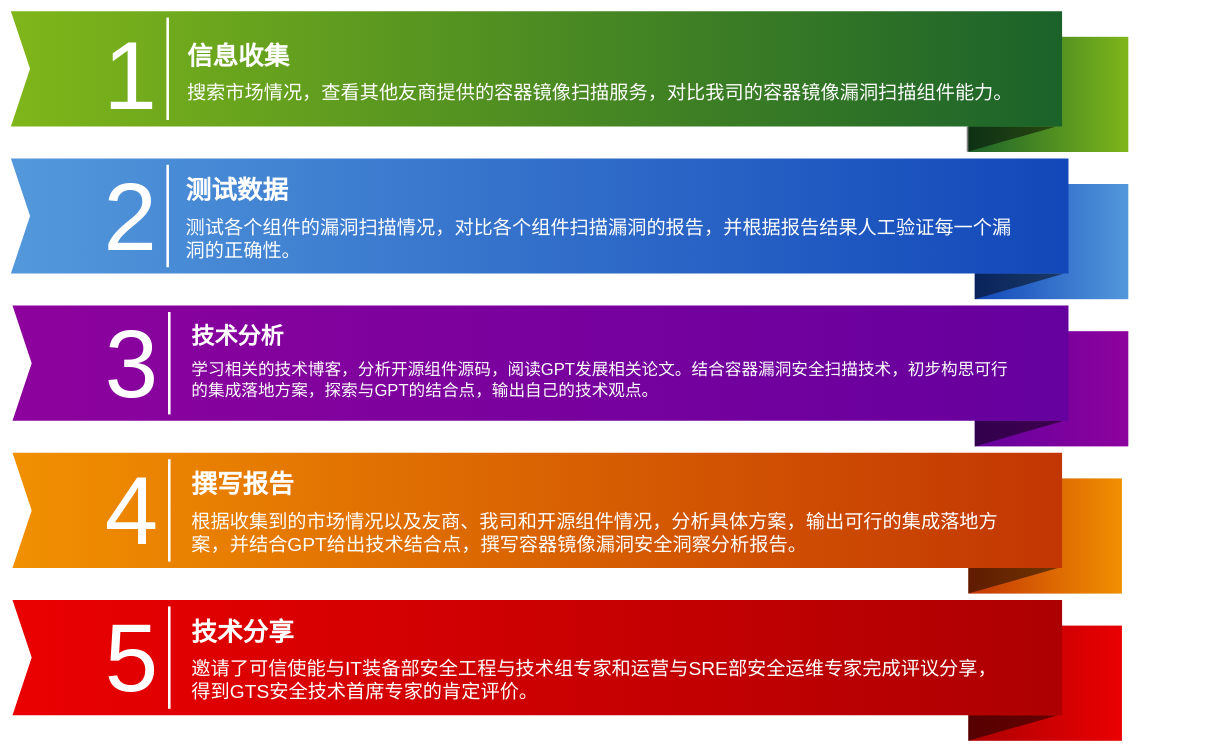
Earlier version of the draw.io diagram 未命名绘图.drawio (YunZh1Jun/tmp). Source tidied: cells renumbered, new cells numbered last; positions are measured from the earlier drawing's top-left corner, leaving out a move shared by most shapes. Both pictures are drawn from the tidied source at 64%, with x=0, y=0 at pixel (11, 11).
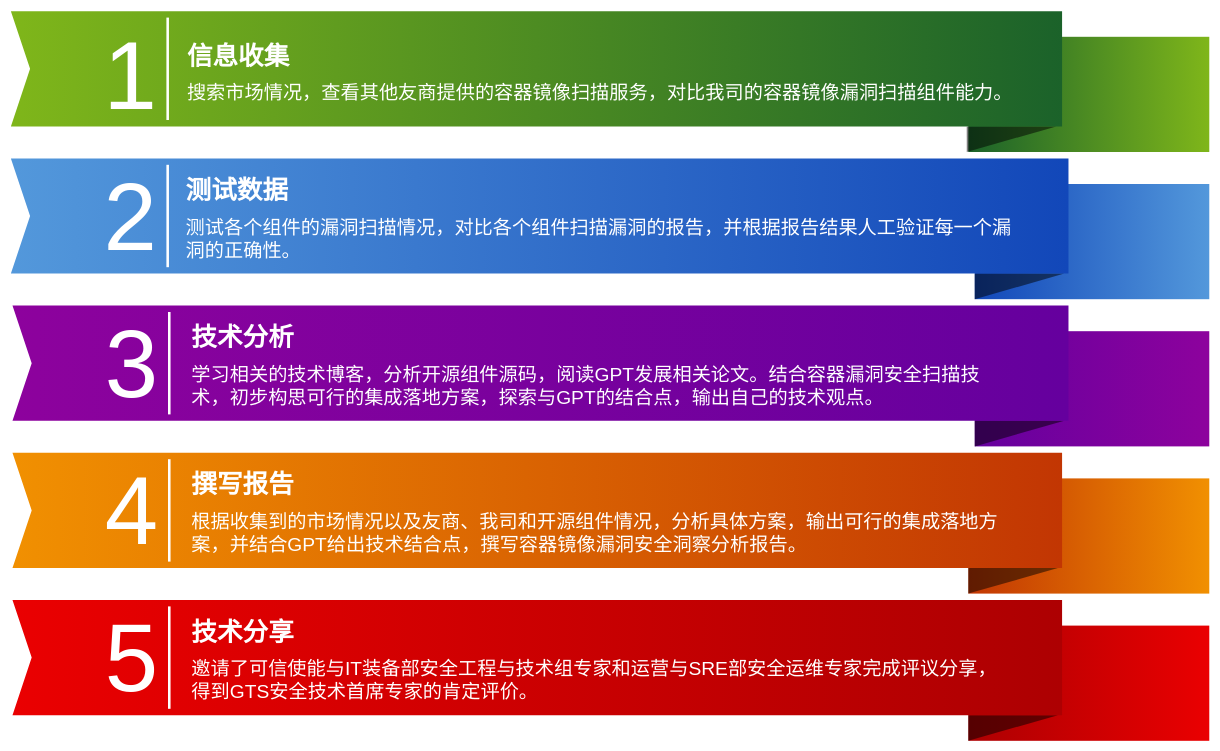
The same diagram, later.

Commit message (it also covers changes not shown here):
更新未命名绘图.drawio

Change to the diagram source:
```diff
@@
     <mxCell id="2" style="whiteSpace=wrap;html=1;rounded=0;shadow=0;dashed=0;strokeWidth=1;fontFamily=Tahoma;fontSize=10;fontColor=#FFFFFF;strokeColor=none;fillColor=#7FB61A;gradientColor=#1B622A;gradientDirection=west;" parent="1" vertex="1">
-      <mxGeometry x="1495.5" y="40" width="250" height="180" as="geometry" />
+      <mxGeometry x="1495.5" y="40" width="376.5" height="180" as="geometry" />
     </mxCell>
@@
     <mxCell id="4" style="whiteSpace=wrap;html=1;rounded=0;shadow=0;dashed=0;strokeWidth=1;fontFamily=Tahoma;fontSize=10;fontColor=#FFFFFF;strokeColor=none;fillColor=#5398DB;gradientColor=#1247B9;gradientDirection=west;" parent="1" vertex="1">
-      <mxGeometry x="1505.5" y="270" width="240" height="180" as="geometry" />
+      <mxGeometry x="1505.5" y="270" width="366.5" height="180" as="geometry" />
     </mxCell>
@@
     <mxCell id="6" style="whiteSpace=wrap;html=1;rounded=0;shadow=0;dashed=0;strokeWidth=1;fontFamily=Tahoma;fontSize=10;fontColor=#FFFFFF;strokeColor=none;fillColor=#8D029D;gradientColor=#65009E;gradientDirection=west;" parent="1" vertex="1">
-      <mxGeometry x="1505.5" y="500" width="240" height="180" as="geometry" />
+      <mxGeometry x="1505.5" y="500" width="366.5" height="180" as="geometry" />
     </mxCell>
@@
     <mxCell id="8" style="whiteSpace=wrap;html=1;rounded=0;shadow=0;dashed=0;strokeWidth=1;fontFamily=Tahoma;fontSize=10;fontColor=#FFFFFF;strokeColor=none;fillColor=#F19001;gradientColor=#C23603;gradientDirection=west;" parent="1" vertex="1">
-      <mxGeometry x="1495.5" y="730" width="240" height="180" as="geometry" />
+      <mxGeometry x="1495.5" y="730" width="376.5" height="180" as="geometry" />
     </mxCell>
@@
     <mxCell id="10" style="whiteSpace=wrap;html=1;rounded=0;shadow=0;dashed=0;strokeWidth=1;fontFamily=Tahoma;fontSize=10;fontColor=#FFFFFF;strokeColor=none;fillColor=#EA0001;gradientColor=#AD0002;gradientDirection=west;" parent="1" vertex="1">
-      <mxGeometry x="1495.5" y="960" width="240" height="180" as="geometry" />
+      <mxGeometry x="1495.5" y="960" width="376.5" height="180" as="geometry" />
     </mxCell>
@@
-    <mxCell id="27" value="&lt;h1&gt;&lt;p style=&quot;margin-top: 0pt; margin-bottom: 0pt; margin-left: 0in; direction: ltr; unicode-bidi: embed; word-break: normal;&quot;&gt;&lt;span style=&quot;font-size: 36px;&quot;&gt;技术分析&lt;/span&gt;&lt;/p&gt;&lt;/h1&gt;&lt;p style=&quot;margin-top: 0pt; margin-bottom: 0pt; margin-left: 0in; direction: ltr; unicode-bidi: embed; word-break: normal; font-size: 26px;&quot;&gt;学习相关的技术博客，分析开源组件源码，阅读GPT发展相关论文。结合容器漏洞安全扫描技术，初步构思可行的集成落地方案，探索与GPT的结合点，输出自己的技术观点。&lt;/p&gt;" style="text;html=1;strokeColor=none;fillColor=none;spacing=5;spacingTop=-20;whiteSpace=wrap;overflow=hidden;rounded=0;shadow=0;dashed=0;fontFamily=Helvetica;fontSize=12;fontColor=#FFFFFF;align=left;" parent="1" vertex="1">
+    <mxCell id="27" value="&lt;h1&gt;&lt;p style=&quot;margin-top: 0pt; margin-bottom: 0pt; margin-left: 0in; direction: ltr; unicode-bidi: embed; word-break: normal;&quot;&gt;&lt;font style=&quot;font-size: 40px;&quot;&gt;技术分析&lt;/font&gt;&lt;/p&gt;&lt;/h1&gt;&lt;p style=&quot;margin-top: 0pt; margin-bottom: 0pt; margin-left: 0in; direction: ltr; unicode-bidi: embed; word-break: normal;&quot;&gt;&lt;font style=&quot;font-size: 30px;&quot;&gt;学习相关的技术博客，分析开源组件源码，阅读GPT发展相关论文。结合容器漏洞安全扫描技术，初步构思可行的集成落地方案，探索与GPT的结合点，输出自己的技术观点。&lt;/font&gt;&lt;/p&gt;" style="text;html=1;strokeColor=none;fillColor=none;spacing=5;spacingTop=-20;whiteSpace=wrap;overflow=hidden;rounded=0;shadow=0;dashed=0;fontFamily=Helvetica;fontSize=12;fontColor=#FFFFFF;align=left;" parent="1" vertex="1">
       <mxGeometry x="277" y="480" width="1295" height="140" as="geometry" />
     </mxCell>
```
